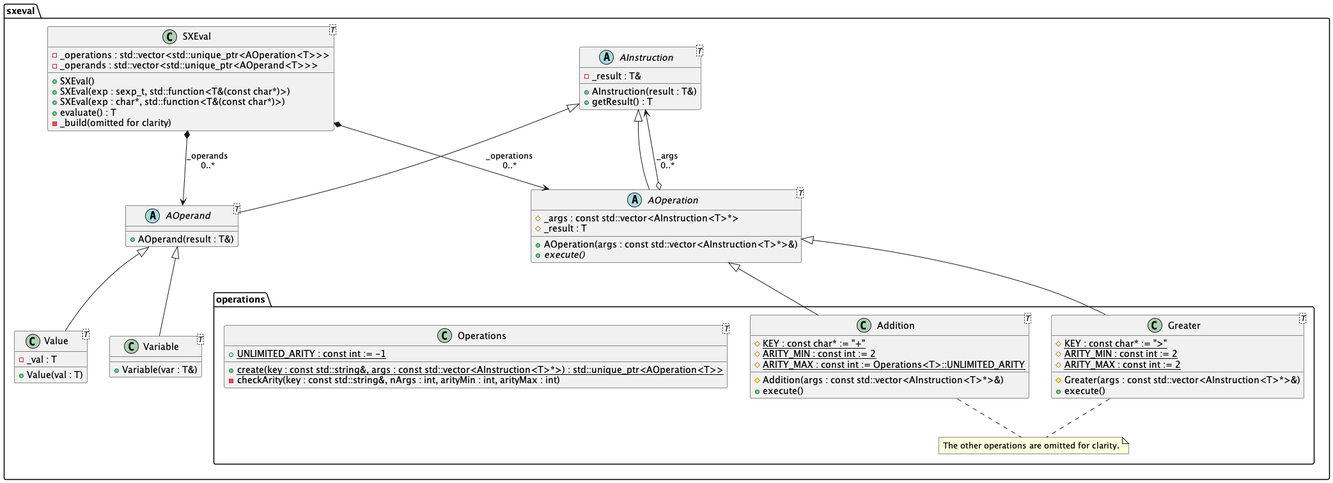
This is uml/class-diagram.png from abadiet/SXEval, a PlantUML export, as it was before one commit.
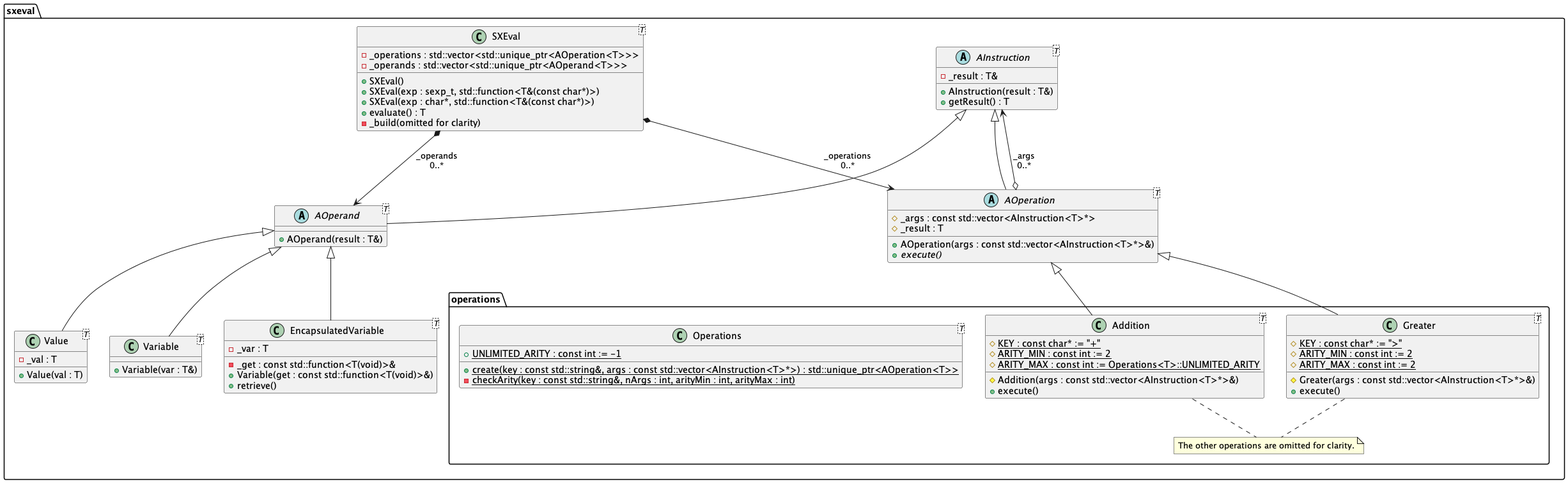
Above is the later version.

Diff of the diagram source:
```diff
@@ -38,12 +38,19 @@
         +Variable(var : T&)
     }
 
+    class EncapsulatedVariable<T> extends AOperand {
+        -_var : T
+        -_get : const std::function<T(void)>&
+        +Variable(get : const std::function<T(void)>&)
+        +retrieve()
+    }
+
     package operations {
 
         class Operations<T> {
             +{static} UNLIMITED_ARITY : const int := -1
             +{static} create(key : const std::string&, args : const std::vector<AInstruction<T>*>) : std::unique_ptr<AOperation<T>>
-            -checkArity(key : const std::string&, nArgs : int, arityMin : int, arityMax : int)
+            -{static} checkArity(key : const std::string&, nArgs : int, arityMin : int, arityMax : int)
         }
 
         class Addition<T> {
```
